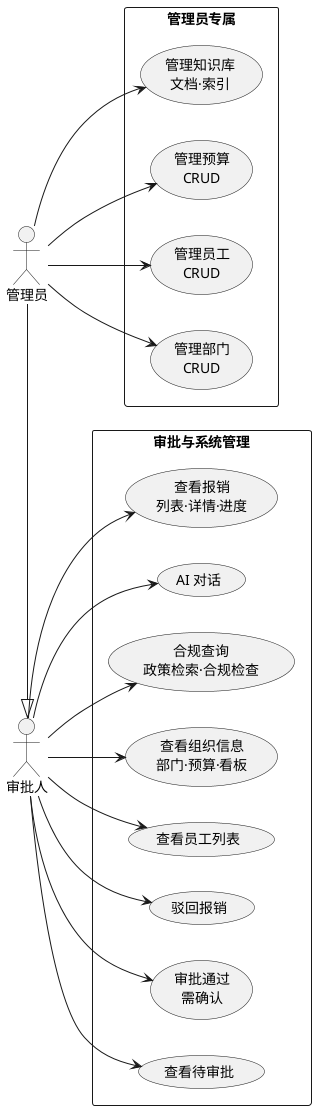
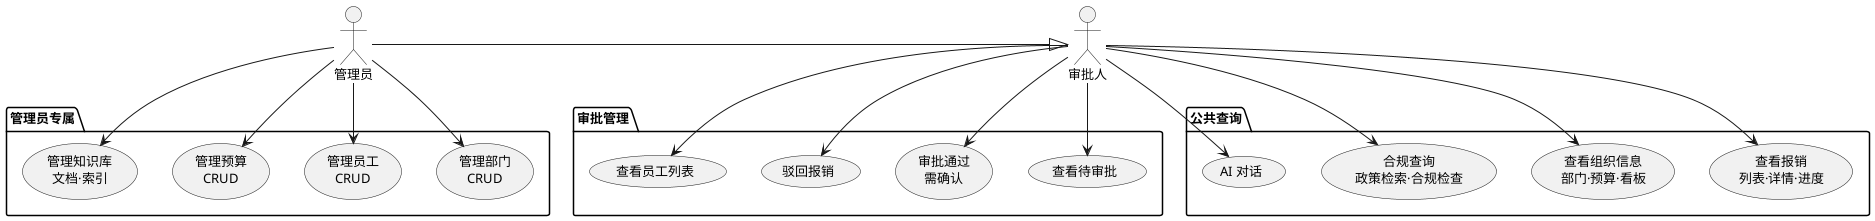
@startuml
skinparam backgroundColor #FFFFFF
skinparam defaultFontName Arial
- skinparam defaultFontSize 14
- left to right direction
+ skinparam defaultFontSize 13

actor "审批人" as App
actor "管理员" as Adm

Adm -|> App

- rectangle "审批与系统管理" {
-   usecase (查看待审批) as UC1
-   usecase (审批通过\n需确认) as UC2
-   usecase (驳回报销) as UC3
-   usecase (查看员工列表) as UC4
-   usecase (查看组织信息\n部门·预算·看板) as UC5
-   usecase (合规查询\n政策检索·合规检查) as UC6
-   usecase (AI 对话) as UC7
-   usecase (查看报销\n列表·详情·进度) as UC8
+ package "审批管理" {
+   usecase "查看待审批" as UC1
+   usecase "审批通过\n需确认" as UC2
+   usecase "驳回报销" as UC3
+   usecase "查看员工列表" as UC4
}

- rectangle "管理员专属" {
-   usecase (管理部门\nCRUD) as UC9
-   usecase (管理员工\nCRUD) as UC10
-   usecase (管理预算\nCRUD) as UC11
-   usecase (管理知识库\n文档·索引) as UC12
+ package "公共查询" {
+   usecase "查看报销\n列表·详情·进度" as UC5
+   usecase "查看组织信息\n部门·预算·看板" as UC6
+   usecase "合规查询\n政策检索·合规检查" as UC7
+   usecase "AI 对话" as UC8
+ }
+ 
+ package "管理员专属" {
+   usecase "管理部门\nCRUD" as UC9
+   usecase "管理员工\nCRUD" as UC10
+   usecase "管理预算\nCRUD" as UC11
+   usecase "管理知识库\n文档·索引" as UC12
}

App --> UC1
App --> UC2
App --> UC3
App --> UC4
App --> UC5
App --> UC6
App --> UC7
App --> UC8

Adm --> UC9
Adm --> UC10
Adm --> UC11
Adm --> UC12

- UC1 -[hidden]right- UC2
- UC2 -[hidden]right- UC3
- UC3 -[hidden]right- UC4
- UC4 -[hidden]right- UC5
- UC5 -[hidden]right- UC6
- UC6 -[hidden]right- UC7
- UC7 -[hidden]right- UC8
- UC9 -[hidden]right- UC10
- UC10 -[hidden]right- UC11
- UC11 -[hidden]right- UC12
- 
@enduml
